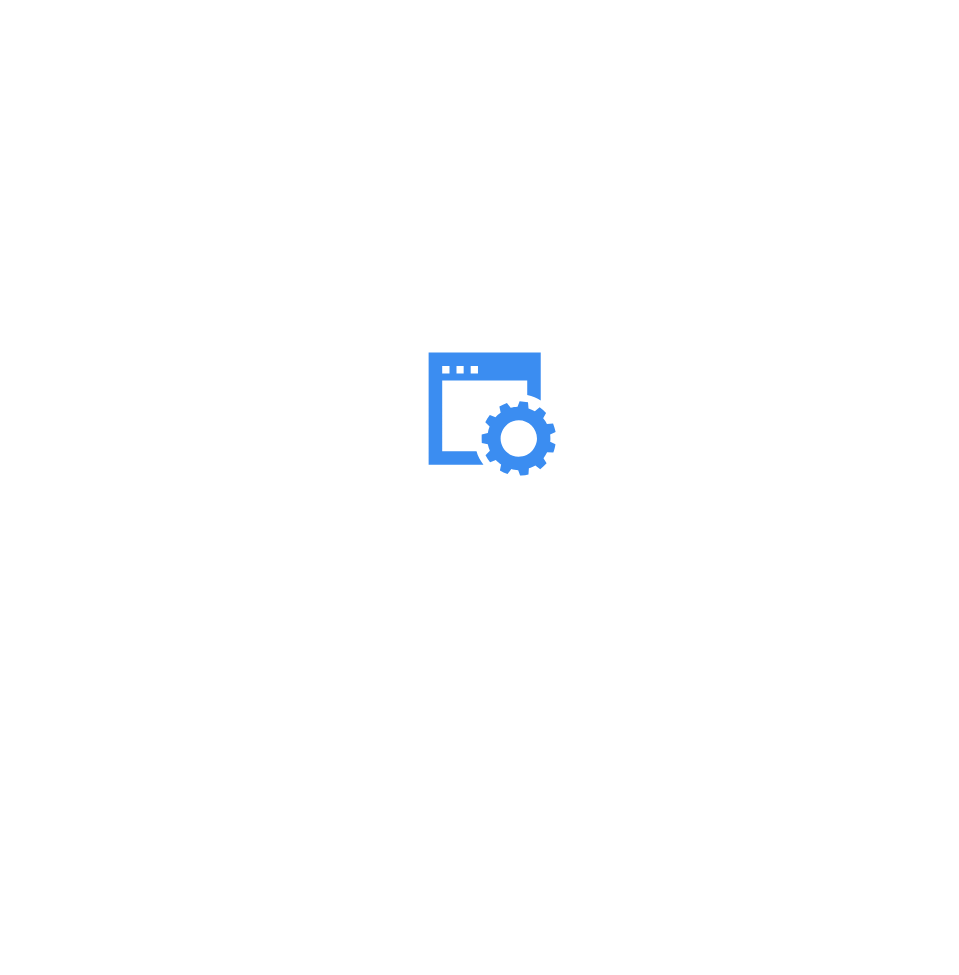
Before: mohinhdexuat.drawio in dynn3010/OpenStack, a draw.io diagram. Source tidied: cells renumbered, new cells numbered last; positions are measured from the earlier drawing's top-left corner, leaving out a move shared by most shapes. Both pictures are drawn from the tidied source at 127%, with x=0, y=0 at pixel (428, 352).
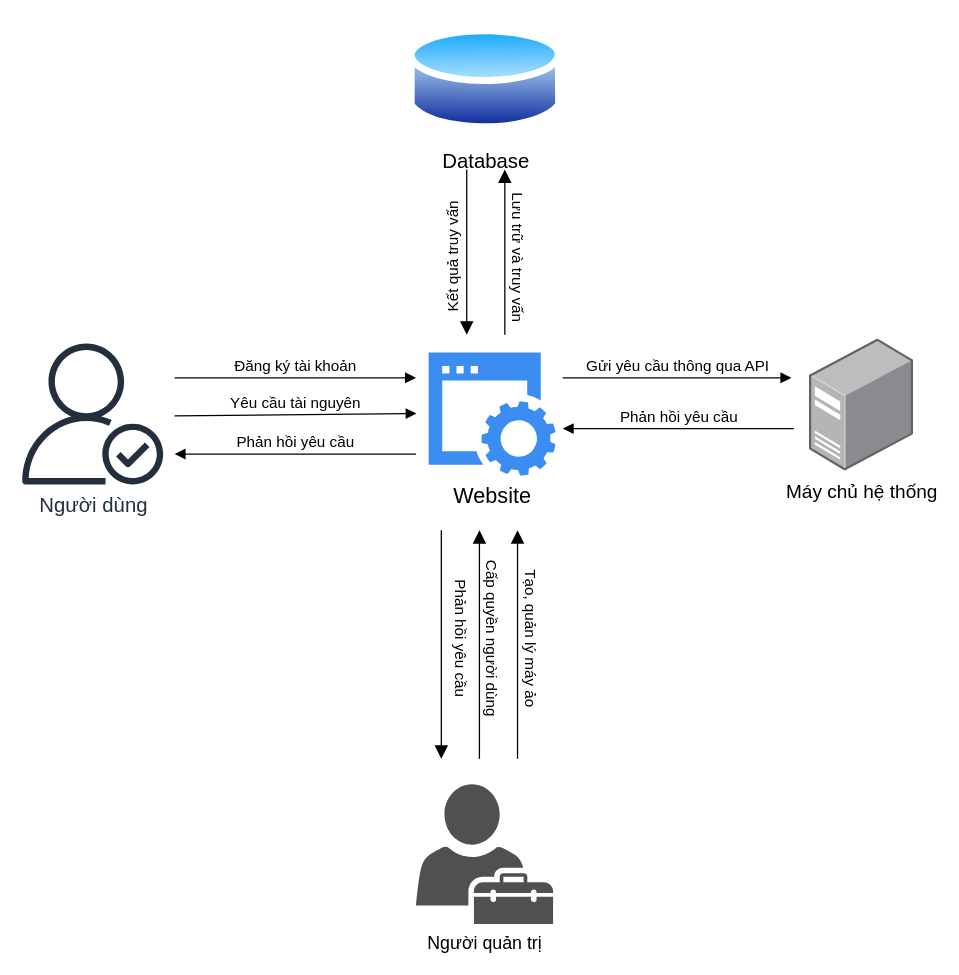
The same diagram, later.

What changed in the source:
```diff
@@
-    <mxCell id="2" style="sketch=0;html=1;strokeColor=none;shadow=0;fillColor=#3B8DF1;verticalAlign=top;labelPosition=center;verticalLabelPosition=bottom;shape=mxgraph.gcp2.website;" parent="1" vertex="1">
+    <mxCell id="2" value="&lt;font style=&quot;font-size: 17px;&quot;&gt;Website&lt;/font&gt;" style="sketch=0;html=1;strokeColor=none;shadow=0;fillColor=#3B8DF1;verticalAlign=top;labelPosition=center;verticalLabelPosition=bottom;shape=mxgraph.gcp2.website;" parent="1" vertex="1">
       <mxGeometry width="100" height="97" as="geometry" />
     </mxCell>
+    <mxCell id="3" value="&lt;font style=&quot;font-size: 16px;&quot;&gt;Người dùng&lt;/font&gt;" style="sketch=0;fontColor=#232F3E;gradientColor=none;fillColor=#232F3D;strokeColor=none;dashed=0;verticalLabelPosition=bottom;verticalAlign=top;align=center;html=1;fontSize=12;fontStyle=0;shape=mxgraph.aws4.authenticated_user;" parent="1" vertex="1">
+      <mxGeometry x="-320" y="-7" width="111" height="111" as="geometry" />
+    </mxCell>
+    <mxCell id="4" value="&lt;font style=&quot;font-size: 12px;&quot;&gt;Đăng ký tài khoản&lt;/font&gt;" style="html=1;verticalAlign=bottom;endArrow=block;curved=0;rounded=0;" parent="1" edge="1">
+      <mxGeometry relative="1" as="geometry">
+        <mxPoint x="-200" y="20" as="sourcePoint" />
+        <mxPoint x="-10" y="20" as="targetPoint" />
+      </mxGeometry>
+    </mxCell>
+    <mxCell id="5" value="&lt;font style=&quot;font-size: 12px;&quot;&gt;Yêu cầu tài nguyên&lt;/font&gt;" style="html=1;verticalAlign=bottom;endArrow=block;curved=0;rounded=0;entryX=-0.005;entryY=0.611;entryDx=0;entryDy=0;entryPerimeter=0;" parent="1" edge="1">
+      <mxGeometry relative="1" as="geometry">
+        <mxPoint x="-200" y="50" as="sourcePoint" />
+        <mxPoint x="-9.5" y="48.1" as="targetPoint" />
+      </mxGeometry>
+    </mxCell>
+    <mxCell id="6" value="&lt;font style=&quot;font-size: 16px;&quot;&gt;Database&lt;/font&gt;" style="image;perimeter=ellipsePerimeter;html=1;align=center;shadow=0;dashed=0;spacingTop=3;image=img/lib/active_directory/database.svg;" parent="1" vertex="1">
+      <mxGeometry x="-16" y="-260" width="121.6" height="90" as="geometry" />
+    </mxCell>
+    <mxCell id="7" style="html=1;verticalAlign=bottom;endArrow=block;curved=0;rounded=0;labelBackgroundColor=default;strokeColor=default;align=center;fontFamily=Helvetica;fontSize=11;fontColor=default;endSize=8;shape=connector;" parent="1" edge="1">
+      <mxGeometry x="-0.14" y="110" relative="1" as="geometry">
+        <mxPoint x="30" y="-144" as="sourcePoint" />
+        <mxPoint x="30" y="-14" as="targetPoint" />
+      </mxGeometry>
+    </mxCell>
+    <mxCell id="8" value="&lt;font style=&quot;font-size: 12px;&quot;&gt;Kết quả truy vấn&lt;/font&gt;" style="text;html=1;align=center;verticalAlign=middle;strokeColor=none;fillColor=none;fontSize=11;fontFamily=Helvetica;fontColor=default;rotation=-90;" parent="1" vertex="1">
+      <mxGeometry x="-35" y="-90" width="110" height="30" as="geometry" />
+    </mxCell>
+    <mxCell id="9" style="html=1;verticalAlign=bottom;endArrow=block;curved=0;rounded=0;labelBackgroundColor=default;strokeColor=default;align=center;fontFamily=Helvetica;fontSize=11;fontColor=default;endSize=8;shape=connector;" parent="1" edge="1">
+      <mxGeometry x="-0.14" y="110" relative="1" as="geometry">
+        <mxPoint x="60" y="-14" as="sourcePoint" />
+        <mxPoint x="60" y="-144" as="targetPoint" />
+      </mxGeometry>
+    </mxCell>
+    <mxCell id="10" value="&lt;font style=&quot;font-size: 12px;&quot;&gt;Lưu trữ và truy vấn&lt;/font&gt;" style="text;html=1;align=center;verticalAlign=middle;strokeColor=none;fillColor=none;fontSize=11;fontFamily=Helvetica;fontColor=default;rotation=90;" parent="1" vertex="1">
+      <mxGeometry x="5" y="-90" width="130" height="30" as="geometry" />
+    </mxCell>
+    <mxCell id="11" value="&lt;font style=&quot;font-size: 12px;&quot;&gt;Phản hồi yêu cầu&lt;/font&gt;" style="html=1;verticalAlign=bottom;endArrow=block;curved=0;rounded=0;" parent="1" edge="1">
+      <mxGeometry relative="1" as="geometry">
+        <mxPoint x="-10" y="80" as="sourcePoint" />
+        <mxPoint x="-200" y="80" as="targetPoint" />
+      </mxGeometry>
+    </mxCell>
+    <mxCell id="12" value="&lt;font style=&quot;font-size: 14px;&quot;&gt;Người quản trị&lt;/font&gt;" style="sketch=0;shadow=0;dashed=0;html=1;strokeColor=none;fillColor=#505050;labelPosition=center;verticalLabelPosition=bottom;verticalAlign=top;align=center;shape=mxgraph.office.users.tenant_admin;fontFamily=Helvetica;fontSize=11;fontColor=default;" parent="1" vertex="1">
+      <mxGeometry x="-10" y="340" width="108" height="110" as="geometry" />
+    </mxCell>
+    <mxCell id="13" value="&lt;font style=&quot;font-size: 12px;&quot;&gt;Tạo, quản lý máy ảo&lt;/font&gt;" style="text;html=1;align=center;verticalAlign=middle;strokeColor=none;fillColor=none;fontSize=11;fontFamily=Helvetica;fontColor=default;rotation=90;" parent="1" vertex="1">
+      <mxGeometry x="15" y="210" width="130" height="30" as="geometry" />
+    </mxCell>
+    <mxCell id="14" style="html=1;verticalAlign=bottom;endArrow=block;curved=0;rounded=0;labelBackgroundColor=default;strokeColor=default;align=center;fontFamily=Helvetica;fontSize=11;fontColor=default;endSize=8;shape=connector;" parent="1" edge="1">
+      <mxGeometry x="-0.14" y="110" relative="1" as="geometry">
+        <mxPoint x="70" y="320" as="sourcePoint" />
+        <mxPoint x="70" y="140" as="targetPoint" />
+      </mxGeometry>
+    </mxCell>
+    <mxCell id="15" value="&lt;font style=&quot;font-size: 12px;&quot;&gt;Phản hồi yêu cầu&lt;/font&gt;" style="text;html=1;align=center;verticalAlign=middle;strokeColor=none;fillColor=none;fontSize=11;fontFamily=Helvetica;fontColor=default;rotation=90;" parent="1" vertex="1">
+      <mxGeometry x="-35" y="210" width="120" height="30" as="geometry" />
+    </mxCell>
+    <mxCell id="16" style="html=1;verticalAlign=bottom;endArrow=block;curved=0;rounded=0;labelBackgroundColor=default;strokeColor=default;align=center;fontFamily=Helvetica;fontSize=11;fontColor=default;endSize=8;shape=connector;" parent="1" edge="1">
+      <mxGeometry x="-0.14" y="110" relative="1" as="geometry">
+        <mxPoint x="10" y="140" as="sourcePoint" />
+        <mxPoint x="10" y="320" as="targetPoint" />
+      </mxGeometry>
+    </mxCell>
+    <mxCell id="17" value="&lt;font style=&quot;font-size: 12px;&quot;&gt;Cấp quyền&amp;nbsp;người dùng&lt;/font&gt;" style="text;html=1;align=center;verticalAlign=middle;strokeColor=none;fillColor=none;fontSize=11;fontFamily=Helvetica;fontColor=default;rotation=90;" parent="1" vertex="1">
+      <mxGeometry x="-25" y="210" width="150" height="30" as="geometry" />
+    </mxCell>
+    <mxCell id="18" style="html=1;verticalAlign=bottom;endArrow=block;curved=0;rounded=0;labelBackgroundColor=default;strokeColor=default;align=center;fontFamily=Helvetica;fontSize=11;fontColor=default;endSize=8;shape=connector;" parent="1" edge="1">
+      <mxGeometry x="-0.14" y="110" relative="1" as="geometry">
+        <mxPoint x="40" y="320" as="sourcePoint" />
+        <mxPoint x="40" y="140" as="targetPoint" />
+      </mxGeometry>
+    </mxCell>
+    <mxCell id="19" value="&lt;font style=&quot;font-size: 15px;&quot;&gt;Máy chủ hệ thống&lt;/font&gt;" style="image;html=1;align=center;shadow=0;dashed=0;image=img/lib/allied_telesis/computer_and_terminals/Server_Desktop.svg;fontFamily=Helvetica;fontSize=11;fontColor=default;" parent="1" vertex="1">
+      <mxGeometry x="300" y="-10.5" width="82" height="104" as="geometry" />
+    </mxCell>
+    <mxCell id="20" value="&lt;font style=&quot;font-size: 12px;&quot;&gt;Gửi yêu cầu thông qua API&lt;/font&gt;" style="html=1;verticalAlign=bottom;endArrow=block;curved=0;rounded=0;" parent="1" edge="1">
+      <mxGeometry relative="1" as="geometry">
+        <mxPoint x="105.6" y="20" as="sourcePoint" />
+        <mxPoint x="285.6" y="20" as="targetPoint" />
+      </mxGeometry>
+    </mxCell>
+    <mxCell id="21" value="&lt;font style=&quot;font-size: 12px;&quot;&gt;Phản hồi yêu cầu&lt;/font&gt;" style="html=1;verticalAlign=bottom;endArrow=block;curved=0;rounded=0;" parent="1" edge="1">
+      <mxGeometry relative="1" as="geometry">
+        <mxPoint x="287.6" y="60" as="sourcePoint" />
+        <mxPoint x="105.6" y="60" as="targetPoint" />
+      </mxGeometry>
+    </mxCell>
```
